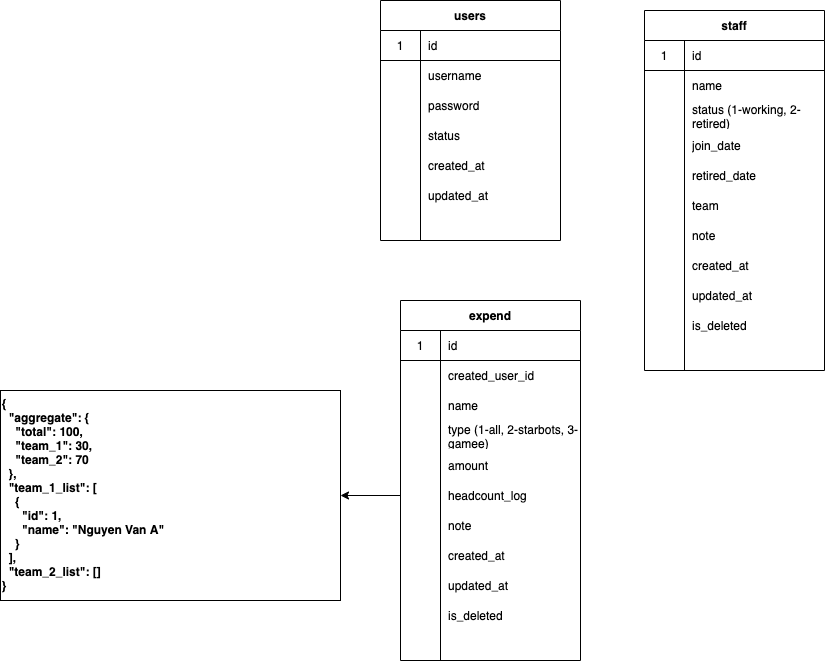
Before: draft/tool-thu-chi-db.png, a diagram exported from draw.io (somenameCali/terresolide). Source tidied: cells renumbered, new cells last; positions are measured from the earlier drawing's top-left corner, leaving out a move shared by most shapes.
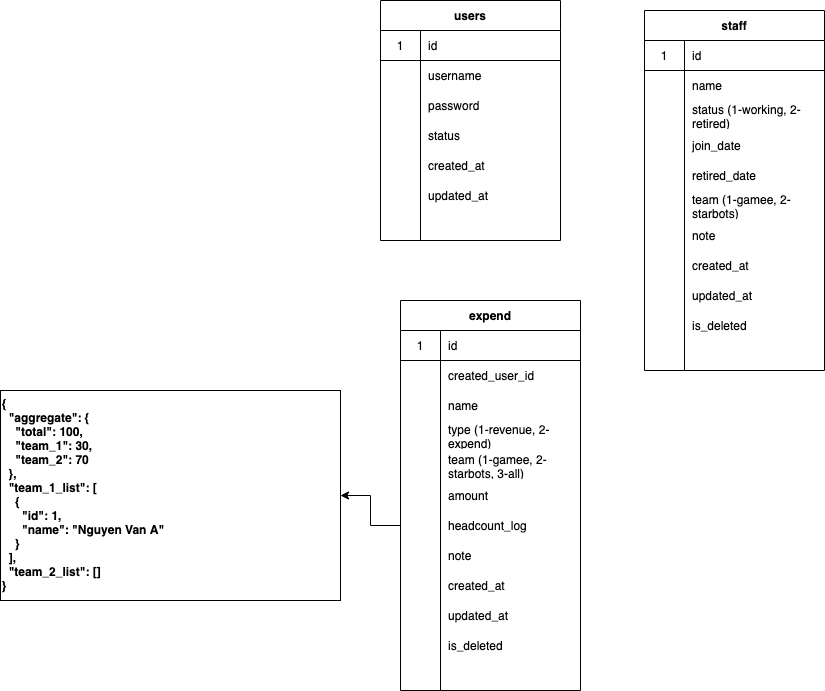
The same diagram one commit later.

Diff of the diagram source:
```diff
@@ -113,7 +113,7 @@
     <mxCell id="38" style="shape=partialRectangle;html=1;whiteSpace=wrap;fillColor=none;top=0;left=0;bottom=0;right=0;overflow=hidden;" parent="37" vertex="1">
       <mxGeometry width="40" height="30" as="geometry" />
     </mxCell>
-    <mxCell id="39" value="team" style="shape=partialRectangle;html=1;whiteSpace=wrap;fillColor=none;top=0;left=0;bottom=0;right=0;align=left;spacingLeft=6;overflow=hidden;" parent="37" vertex="1">
+    <mxCell id="39" value="team (1-gamee, 2-starbots)" style="shape=partialRectangle;html=1;whiteSpace=wrap;fillColor=none;top=0;left=0;bottom=0;right=0;align=left;spacingLeft=6;overflow=hidden;" parent="37" vertex="1">
       <mxGeometry x="40" width="140" height="30" as="geometry" />
     </mxCell>
     <mxCell id="40" style="shape=partialRectangle;html=1;whiteSpace=wrap;fillColor=none;top=0;left=0;bottom=0;right=0;" parent="21" vertex="1">
@@ -156,7 +156,7 @@
       <mxGeometry relative="1" as="geometry" />
     </mxCell>
     <mxCell id="53" value="expend" style="shape=table;startSize=30;rowLines=0;fontStyle=1;align=center;" parent="1" vertex="1">
-      <mxGeometry x="400" y="300" width="180" height="360" as="geometry" />
+      <mxGeometry x="400" y="300" width="180" height="390" as="geometry" />
     </mxCell>
     <mxCell id="54" style="shape=partialRectangle;html=1;whiteSpace=wrap;fillColor=none;top=0;left=0;bottom=1;right=0;" parent="53" vertex="1">
       <mxGeometry y="30" width="180" height="30" as="geometry" />
@@ -185,17 +185,26 @@
     <mxCell id="62" value="name" style="shape=partialRectangle;html=1;whiteSpace=wrap;fillColor=none;top=0;left=0;bottom=0;right=0;align=left;spacingLeft=6;overflow=hidden;" parent="60" vertex="1">
       <mxGeometry x="40" width="140" height="30" as="geometry" />
     </mxCell>
+    <mxCell id="85" style="shape=partialRectangle;html=1;whiteSpace=wrap;fillColor=none;top=0;left=0;bottom=0;right=0;" parent="53" vertex="1">
+      <mxGeometry y="120" width="180" height="30" as="geometry" />
+    </mxCell>
+    <mxCell id="86" style="shape=partialRectangle;html=1;whiteSpace=wrap;fillColor=none;top=0;left=0;bottom=0;right=0;overflow=hidden;" parent="85" vertex="1">
+      <mxGeometry width="40" height="30" as="geometry" />
+    </mxCell>
+    <mxCell id="87" value="type (1-revenue, 2-expend)" style="shape=partialRectangle;html=1;whiteSpace=wrap;fillColor=none;top=0;left=0;bottom=0;right=0;align=left;spacingLeft=6;overflow=hidden;" parent="85" vertex="1">
+      <mxGeometry x="40" width="140" height="30" as="geometry" />
+    </mxCell>
     <mxCell id="63" style="shape=partialRectangle;html=1;whiteSpace=wrap;fillColor=none;top=0;left=0;bottom=0;right=0;" parent="53" vertex="1">
-      <mxGeometry y="120" width="180" height="30" as="geometry" />
+      <mxGeometry y="150" width="180" height="30" as="geometry" />
     </mxCell>
     <mxCell id="64" style="shape=partialRectangle;html=1;whiteSpace=wrap;fillColor=none;top=0;left=0;bottom=0;right=0;overflow=hidden;" parent="63" vertex="1">
       <mxGeometry width="40" height="30" as="geometry" />
     </mxCell>
-    <mxCell id="65" value="type (1-all, 2-starbots, 3-gamee)" style="shape=partialRectangle;html=1;whiteSpace=wrap;fillColor=none;top=0;left=0;bottom=0;right=0;align=left;spacingLeft=6;overflow=hidden;" parent="63" vertex="1">
+    <mxCell id="65" value="team (1-gamee, 2-starbots, 3-all)" style="shape=partialRectangle;html=1;whiteSpace=wrap;fillColor=none;top=0;left=0;bottom=0;right=0;align=left;spacingLeft=6;overflow=hidden;" parent="63" vertex="1">
       <mxGeometry x="40" width="140" height="30" as="geometry" />
     </mxCell>
     <mxCell id="66" style="shape=partialRectangle;html=1;whiteSpace=wrap;fillColor=none;top=0;left=0;bottom=0;right=0;" parent="53" vertex="1">
-      <mxGeometry y="150" width="180" height="30" as="geometry" />
+      <mxGeometry y="180" width="180" height="30" as="geometry" />
     </mxCell>
     <mxCell id="67" style="shape=partialRectangle;html=1;whiteSpace=wrap;fillColor=none;top=0;left=0;bottom=0;right=0;overflow=hidden;" parent="66" vertex="1">
       <mxGeometry width="40" height="30" as="geometry" />
@@ -204,7 +213,7 @@
       <mxGeometry x="40" width="140" height="30" as="geometry" />
     </mxCell>
     <mxCell id="69" style="shape=partialRectangle;html=1;whiteSpace=wrap;fillColor=none;top=0;left=0;bottom=0;right=0;points=[[0,0.5],[1,0.5]];portConstraint=eastwest;" parent="53" vertex="1">
-      <mxGeometry y="180" width="180" height="30" as="geometry" />
+      <mxGeometry y="210" width="180" height="30" as="geometry" />
     </mxCell>
     <mxCell id="70" style="shape=partialRectangle;html=1;whiteSpace=wrap;fillColor=none;top=0;left=0;bottom=0;right=0;overflow=hidden;" parent="69" vertex="1">
       <mxGeometry width="40" height="30" as="geometry" />
@@ -213,7 +222,7 @@
       <mxGeometry x="40" width="140" height="30" as="geometry" />
     </mxCell>
     <mxCell id="72" style="shape=partialRectangle;html=1;whiteSpace=wrap;fillColor=none;top=0;left=0;bottom=0;right=0;" parent="53" vertex="1">
-      <mxGeometry y="210" width="180" height="30" as="geometry" />
+      <mxGeometry y="240" width="180" height="30" as="geometry" />
     </mxCell>
     <mxCell id="73" style="shape=partialRectangle;html=1;whiteSpace=wrap;fillColor=none;top=0;left=0;bottom=0;right=0;overflow=hidden;" parent="72" vertex="1">
       <mxGeometry width="40" height="30" as="geometry" />
@@ -222,7 +231,7 @@
       <mxGeometry x="40" width="140" height="30" as="geometry" />
     </mxCell>
     <mxCell id="75" style="shape=partialRectangle;html=1;whiteSpace=wrap;fillColor=none;top=0;left=0;bottom=0;right=0;" parent="53" vertex="1">
-      <mxGeometry y="240" width="180" height="30" as="geometry" />
+      <mxGeometry y="270" width="180" height="30" as="geometry" />
     </mxCell>
     <mxCell id="76" style="shape=partialRectangle;html=1;whiteSpace=wrap;fillColor=none;top=0;left=0;bottom=0;right=0;overflow=hidden;" parent="75" vertex="1">
       <mxGeometry width="40" height="30" as="geometry" />
@@ -231,7 +240,7 @@
       <mxGeometry x="40" width="140" height="30" as="geometry" />
     </mxCell>
     <mxCell id="78" style="shape=partialRectangle;html=1;whiteSpace=wrap;fillColor=none;top=0;left=0;bottom=0;right=0;" parent="53" vertex="1">
-      <mxGeometry y="270" width="180" height="30" as="geometry" />
+      <mxGeometry y="300" width="180" height="30" as="geometry" />
     </mxCell>
     <mxCell id="79" style="shape=partialRectangle;html=1;whiteSpace=wrap;fillColor=none;top=0;left=0;bottom=0;right=0;overflow=hidden;" parent="78" vertex="1">
       <mxGeometry width="40" height="30" as="geometry" />
@@ -240,7 +249,7 @@
       <mxGeometry x="40" width="140" height="30" as="geometry" />
     </mxCell>
     <mxCell id="81" style="shape=partialRectangle;html=1;whiteSpace=wrap;fillColor=none;top=0;left=0;bottom=0;right=0;" parent="53" vertex="1">
-      <mxGeometry y="300" width="180" height="30" as="geometry" />
+      <mxGeometry y="330" width="180" height="30" as="geometry" />
     </mxCell>
     <mxCell id="82" style="shape=partialRectangle;html=1;whiteSpace=wrap;fillColor=none;top=0;left=0;bottom=0;right=0;overflow=hidden;" parent="81" vertex="1">
       <mxGeometry width="40" height="30" as="geometry" />
```
